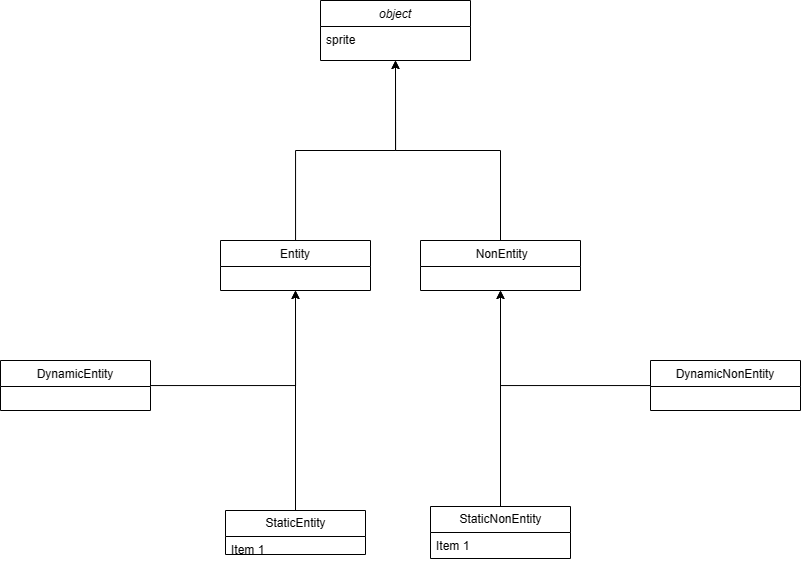
The draw.io diagram 游戏框架/类图_影之界.drawio.png in AliceAuto/-Funcode-, before a commit. Source tidied: cells renumbered, new cells last; positions are measured from the earlier drawing's top-left corner, leaving out a move shared by most shapes. The source it was exported from:
```xml
<mxGraphModel>
  <root>
    <mxCell id="0" />
    <mxCell id="1" parent="0" />
    <mxCell id="2" value="object" style="swimlane;fontStyle=2;align=center;verticalAlign=top;horizontal=1;startSize=26;rounded=0;shadow=0;strokeWidth=1;" parent="1" vertex="1">
      <mxGeometry x="320" width="150" height="60" as="geometry" />
    </mxCell>
    <mxCell id="3" value="sprite" style="text;align=left;verticalAlign=top;spacingLeft=4;spacingRight=4;overflow=hidden;" parent="2" vertex="1">
      <mxGeometry y="26" width="150" height="26" as="geometry" />
    </mxCell>
    <mxCell id="4" style="edgeStyle=orthogonalEdgeStyle;rounded=0;jettySize=auto;html=1;entryX=0.5;entryY=1;entryDx=0;entryDy=0;" parent="1" edge="1" source="5" target="2">
      <mxGeometry relative="1" as="geometry" />
    </mxCell>
    <mxCell id="5" value="Entity" style="swimlane;fontStyle=0;align=center;verticalAlign=top;horizontal=1;startSize=26;rounded=0;shadow=0;strokeWidth=1;" parent="1" vertex="1">
      <mxGeometry x="220" y="240" width="150" height="50" as="geometry" />
    </mxCell>
    <mxCell id="6" style="edgeStyle=orthogonalEdgeStyle;rounded=0;jettySize=auto;html=1;entryX=0.5;entryY=1;entryDx=0;entryDy=0;" parent="1" edge="1" source="7" target="2">
      <mxGeometry relative="1" as="geometry" />
    </mxCell>
    <mxCell id="7" value=" NonEntity" style="swimlane;fontStyle=0;align=center;verticalAlign=top;horizontal=1;startSize=26;rounded=0;shadow=0;strokeWidth=1;" parent="1" vertex="1">
      <mxGeometry x="420" y="240" width="160" height="50" as="geometry" />
    </mxCell>
    <mxCell id="8" style="edgeStyle=orthogonalEdgeStyle;rounded=0;jettySize=auto;html=1;entryX=0.5;entryY=1;entryDx=0;entryDy=0;" parent="1" edge="1" source="9" target="5">
      <mxGeometry relative="1" as="geometry" />
    </mxCell>
    <mxCell id="9" value="DynamicEntity" style="swimlane;fontStyle=0;align=center;verticalAlign=top;horizontal=1;startSize=26;rounded=0;shadow=0;strokeWidth=1;" parent="1" vertex="1">
      <mxGeometry y="360" width="150" height="50" as="geometry" />
    </mxCell>
    <mxCell id="10" style="edgeStyle=orthogonalEdgeStyle;rounded=0;jettySize=auto;html=1;entryX=0.5;entryY=1;entryDx=0;entryDy=0;" parent="1" edge="1" source="11" target="5">
      <mxGeometry relative="1" as="geometry" />
    </mxCell>
    <mxCell id="11" value="StaticEntity" style="swimlane;fontStyle=0;horizontal=1;startSize=26;fillColor=none;html=1;" parent="1" vertex="1">
      <mxGeometry x="225" y="510" width="140" height="44" as="geometry" />
    </mxCell>
    <mxCell id="12" value="Item 1" style="text;strokeColor=none;fillColor=none;align=left;verticalAlign=top;spacingLeft=4;spacingRight=4;overflow=hidden;whiteSpace=wrap;html=1;" parent="11" vertex="1">
      <mxGeometry y="26" width="140" height="18" as="geometry" />
    </mxCell>
    <mxCell id="13" style="edgeStyle=orthogonalEdgeStyle;rounded=0;jettySize=auto;html=1;entryX=0.5;entryY=1;entryDx=0;entryDy=0;" parent="1" edge="1" source="14" target="7">
      <mxGeometry relative="1" as="geometry" />
    </mxCell>
    <mxCell id="14" value="StaticNonEntity" style="swimlane;fontStyle=0;horizontal=1;startSize=26;fillColor=none;html=1;" parent="1" vertex="1">
      <mxGeometry x="430" y="506" width="140" height="52" as="geometry" />
    </mxCell>
    <mxCell id="15" value="Item 1" style="text;strokeColor=none;fillColor=none;align=left;verticalAlign=top;spacingLeft=4;spacingRight=4;overflow=hidden;whiteSpace=wrap;html=1;" parent="14" vertex="1">
      <mxGeometry y="26" width="140" height="26" as="geometry" />
    </mxCell>
    <mxCell id="16" style="edgeStyle=orthogonalEdgeStyle;rounded=0;jettySize=auto;html=1;entryX=0.5;entryY=1;entryDx=0;entryDy=0;" parent="1" edge="1" source="17" target="7">
      <mxGeometry relative="1" as="geometry" />
    </mxCell>
    <mxCell id="17" value="DynamicNonEntity" style="swimlane;fontStyle=0;align=center;verticalAlign=top;horizontal=1;startSize=26;rounded=0;shadow=0;strokeWidth=1;" parent="1" vertex="1">
      <mxGeometry x="650" y="360" width="150" height="50" as="geometry" />
    </mxCell>
  </root>
</mxGraphModel>
```
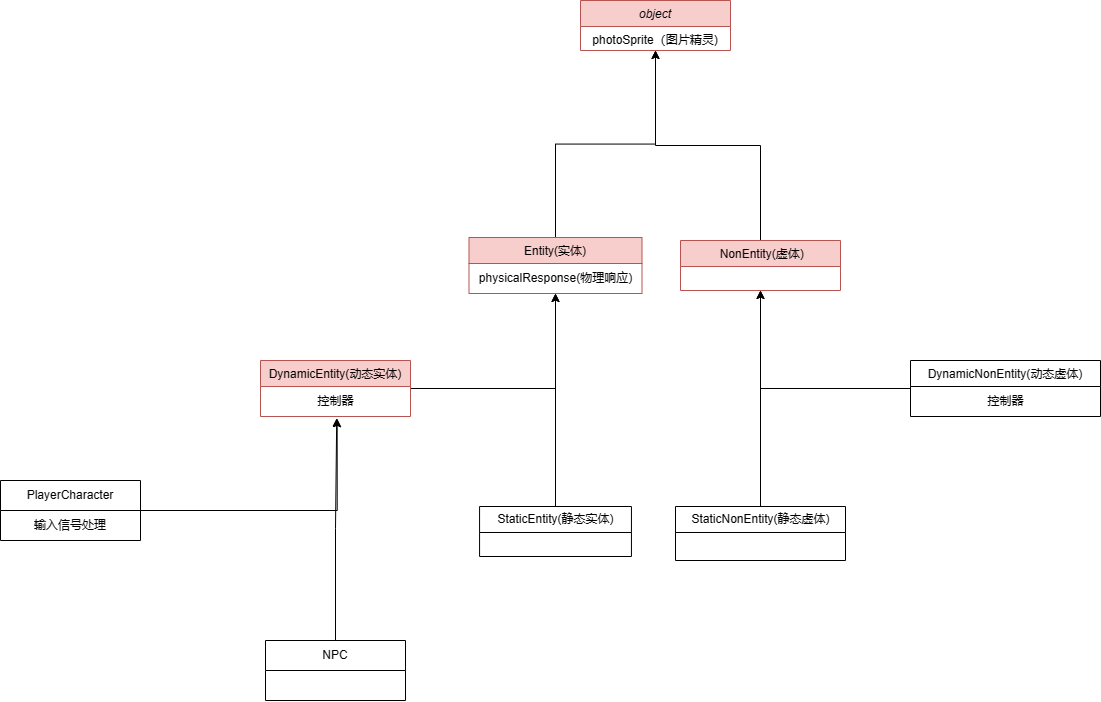
The same diagram one commit later.

Commit message:
更新类图_影之界.drawio.png

Diff of the diagram source:
```diff
@@ -2,53 +2,71 @@
   <root>
     <mxCell id="0" />
     <mxCell id="1" parent="0" />
-    <mxCell id="2" value="object" style="swimlane;fontStyle=2;align=center;verticalAlign=top;horizontal=1;startSize=26;rounded=0;shadow=0;strokeWidth=1;" parent="1" vertex="1">
-      <mxGeometry x="320" width="150" height="60" as="geometry" />
+    <mxCell id="2" value="object" style="swimlane;fontStyle=2;align=center;verticalAlign=top;horizontal=1;startSize=26;rounded=0;shadow=0;strokeWidth=1;fillColor=#f8cecc;strokeColor=#b85450;" parent="1" vertex="1">
+      <mxGeometry x="320" width="150" height="50" as="geometry" />
     </mxCell>
-    <mxCell id="3" value="sprite" style="text;align=left;verticalAlign=top;spacingLeft=4;spacingRight=4;overflow=hidden;" parent="2" vertex="1">
-      <mxGeometry y="26" width="150" height="26" as="geometry" />
+    <mxCell id="3" value="photoSprite（图片精灵)" style="text;align=center;verticalAlign=top;spacingLeft=4;spacingRight=4;overflow=hidden;" parent="2" vertex="1">
+      <mxGeometry y="26" width="150" height="24" as="geometry" />
     </mxCell>
     <mxCell id="4" style="edgeStyle=orthogonalEdgeStyle;rounded=0;jettySize=auto;html=1;entryX=0.5;entryY=1;entryDx=0;entryDy=0;" parent="1" edge="1" source="5" target="2">
       <mxGeometry relative="1" as="geometry" />
     </mxCell>
-    <mxCell id="5" value="Entity" style="swimlane;fontStyle=0;align=center;verticalAlign=top;horizontal=1;startSize=26;rounded=0;shadow=0;strokeWidth=1;" parent="1" vertex="1">
-      <mxGeometry x="220" y="240" width="150" height="50" as="geometry" />
+    <mxCell id="5" value="Entity(实体)" style="swimlane;fontStyle=0;align=center;verticalAlign=top;horizontal=1;startSize=26;rounded=0;shadow=0;strokeWidth=1;fillColor=#f8cecc;strokeColor=#b85450;" parent="1" vertex="1">
+      <mxGeometry x="208.5" y="237" width="173" height="56" as="geometry" />
     </mxCell>
+    <mxCell id="18" value="physicalResponse(物理响应)" style="text;html=1;align=center;verticalAlign=middle;strokeColor=none;fillColor=none;" parent="5" vertex="1">
+      <mxGeometry y="26" width="173" height="30" as="geometry" />
+    </mxCell>
     <mxCell id="6" style="edgeStyle=orthogonalEdgeStyle;rounded=0;jettySize=auto;html=1;entryX=0.5;entryY=1;entryDx=0;entryDy=0;" parent="1" edge="1" source="7" target="2">
       <mxGeometry relative="1" as="geometry" />
     </mxCell>
-    <mxCell id="7" value=" NonEntity" style="swimlane;fontStyle=0;align=center;verticalAlign=top;horizontal=1;startSize=26;rounded=0;shadow=0;strokeWidth=1;" parent="1" vertex="1">
+    <mxCell id="7" value=" NonEntity(虚体)" style="swimlane;fontStyle=0;align=center;verticalAlign=top;horizontal=1;startSize=26;rounded=0;shadow=0;strokeWidth=1;fillColor=#f8cecc;strokeColor=#b85450;" parent="1" vertex="1">
       <mxGeometry x="420" y="240" width="160" height="50" as="geometry" />
     </mxCell>
     <mxCell id="8" style="edgeStyle=orthogonalEdgeStyle;rounded=0;jettySize=auto;html=1;entryX=0.5;entryY=1;entryDx=0;entryDy=0;" parent="1" edge="1" source="9" target="5">
       <mxGeometry relative="1" as="geometry" />
     </mxCell>
-    <mxCell id="9" value="DynamicEntity" style="swimlane;fontStyle=0;align=center;verticalAlign=top;horizontal=1;startSize=26;rounded=0;shadow=0;strokeWidth=1;" parent="1" vertex="1">
-      <mxGeometry y="360" width="150" height="50" as="geometry" />
+    <mxCell id="9" value="DynamicEntity(动态实体)" style="swimlane;fontStyle=0;align=center;verticalAlign=top;horizontal=1;startSize=26;rounded=0;shadow=0;strokeWidth=1;fillColor=#f8cecc;strokeColor=#b85450;" parent="1" vertex="1">
+      <mxGeometry y="360" width="150" height="56" as="geometry" />
     </mxCell>
+    <mxCell id="19" value="控制器" style="text;html=1;align=center;verticalAlign=middle;points=[];strokeColor=none;fillColor=none;" parent="9" vertex="1">
+      <mxGeometry y="26" width="150" height="30" as="geometry" />
+    </mxCell>
     <mxCell id="10" style="edgeStyle=orthogonalEdgeStyle;rounded=0;jettySize=auto;html=1;entryX=0.5;entryY=1;entryDx=0;entryDy=0;" parent="1" edge="1" source="11" target="5">
       <mxGeometry relative="1" as="geometry" />
     </mxCell>
-    <mxCell id="11" value="StaticEntity" style="swimlane;fontStyle=0;horizontal=1;startSize=26;fillColor=none;html=1;" parent="1" vertex="1">
-      <mxGeometry x="225" y="510" width="140" height="44" as="geometry" />
+    <mxCell id="11" value="StaticEntity(静态实体)" style="swimlane;fontStyle=0;horizontal=1;startSize=26;fillColor=none;html=1;" parent="1" vertex="1">
+      <mxGeometry x="219.1" y="506" width="151.9" height="50" as="geometry" />
     </mxCell>
-    <mxCell id="12" value="Item 1" style="text;strokeColor=none;fillColor=none;align=left;verticalAlign=top;spacingLeft=4;spacingRight=4;overflow=hidden;whiteSpace=wrap;html=1;" parent="11" vertex="1">
-      <mxGeometry y="26" width="140" height="18" as="geometry" />
-    </mxCell>
     <mxCell id="13" style="edgeStyle=orthogonalEdgeStyle;rounded=0;jettySize=auto;html=1;entryX=0.5;entryY=1;entryDx=0;entryDy=0;" parent="1" edge="1" source="14" target="7">
       <mxGeometry relative="1" as="geometry" />
     </mxCell>
-    <mxCell id="14" value="StaticNonEntity" style="swimlane;fontStyle=0;horizontal=1;startSize=26;fillColor=none;html=1;" parent="1" vertex="1">
-      <mxGeometry x="430" y="506" width="140" height="52" as="geometry" />
+    <mxCell id="14" value="StaticNonEntity(静态虚体)" style="swimlane;fontStyle=0;horizontal=1;startSize=26;fillColor=none;html=1;" parent="1" vertex="1">
+      <mxGeometry x="415" y="506" width="170" height="54" as="geometry" />
     </mxCell>
-    <mxCell id="15" value="Item 1" style="text;strokeColor=none;fillColor=none;align=left;verticalAlign=top;spacingLeft=4;spacingRight=4;overflow=hidden;whiteSpace=wrap;html=1;" parent="14" vertex="1">
-      <mxGeometry y="26" width="140" height="26" as="geometry" />
-    </mxCell>
     <mxCell id="16" style="edgeStyle=orthogonalEdgeStyle;rounded=0;jettySize=auto;html=1;entryX=0.5;entryY=1;entryDx=0;entryDy=0;" parent="1" edge="1" source="17" target="7">
       <mxGeometry relative="1" as="geometry" />
     </mxCell>
-    <mxCell id="17" value="DynamicNonEntity" style="swimlane;fontStyle=0;align=center;verticalAlign=top;horizontal=1;startSize=26;rounded=0;shadow=0;strokeWidth=1;" parent="1" vertex="1">
-      <mxGeometry x="650" y="360" width="150" height="50" as="geometry" />
+    <mxCell id="17" value="DynamicNonEntity(动态虚体)" style="swimlane;fontStyle=0;align=center;verticalAlign=top;horizontal=1;startSize=26;rounded=0;shadow=0;strokeWidth=1;" parent="1" vertex="1">
+      <mxGeometry x="650" y="360" width="190" height="56" as="geometry" />
     </mxCell>
+    <mxCell id="20" value="控制器" style="text;html=1;align=center;verticalAlign=middle;strokeColor=none;fillColor=none;" parent="17" vertex="1">
+      <mxGeometry y="26" width="190" height="30" as="geometry" />
+    </mxCell>
+    <mxCell id="21" value="NPC" style="swimlane;fontStyle=0;horizontal=1;startSize=30;whiteSpace=wrap;html=1;" parent="1" vertex="1">
+      <mxGeometry x="5" y="640" width="140" height="60" as="geometry" />
+    </mxCell>
+    <mxCell id="22" value="PlayerCharacter" style="swimlane;fontStyle=0;horizontal=1;startSize=30;whiteSpace=wrap;html=1;" parent="1" vertex="1">
+      <mxGeometry x="-260" y="480" width="140" height="60" as="geometry" />
+    </mxCell>
+    <mxCell id="23" value="输入信号处理" style="text;strokeColor=none;fillColor=none;align=center;verticalAlign=middle;spacingLeft=4;spacingRight=4;overflow=hidden;whiteSpace=wrap;html=1;" parent="22" vertex="1">
+      <mxGeometry y="30" width="140" height="30" as="geometry" />
+    </mxCell>
+    <mxCell id="24" style="edgeStyle=orthogonalEdgeStyle;rounded=0;jettySize=auto;html=1;entryX=0.508;entryY=1.058;entryDx=0;entryDy=0;entryPerimeter=0;" parent="1" edge="1" source="21" target="19">
+      <mxGeometry relative="1" as="geometry" />
+    </mxCell>
+    <mxCell id="25" style="edgeStyle=orthogonalEdgeStyle;rounded=0;jettySize=auto;html=1;entryX=0.511;entryY=1.074;entryDx=0;entryDy=0;entryPerimeter=0;" parent="1" edge="1" source="22" target="19">
+      <mxGeometry relative="1" as="geometry" />
+    </mxCell>
   </root>
 </mxGraphModel>
```
